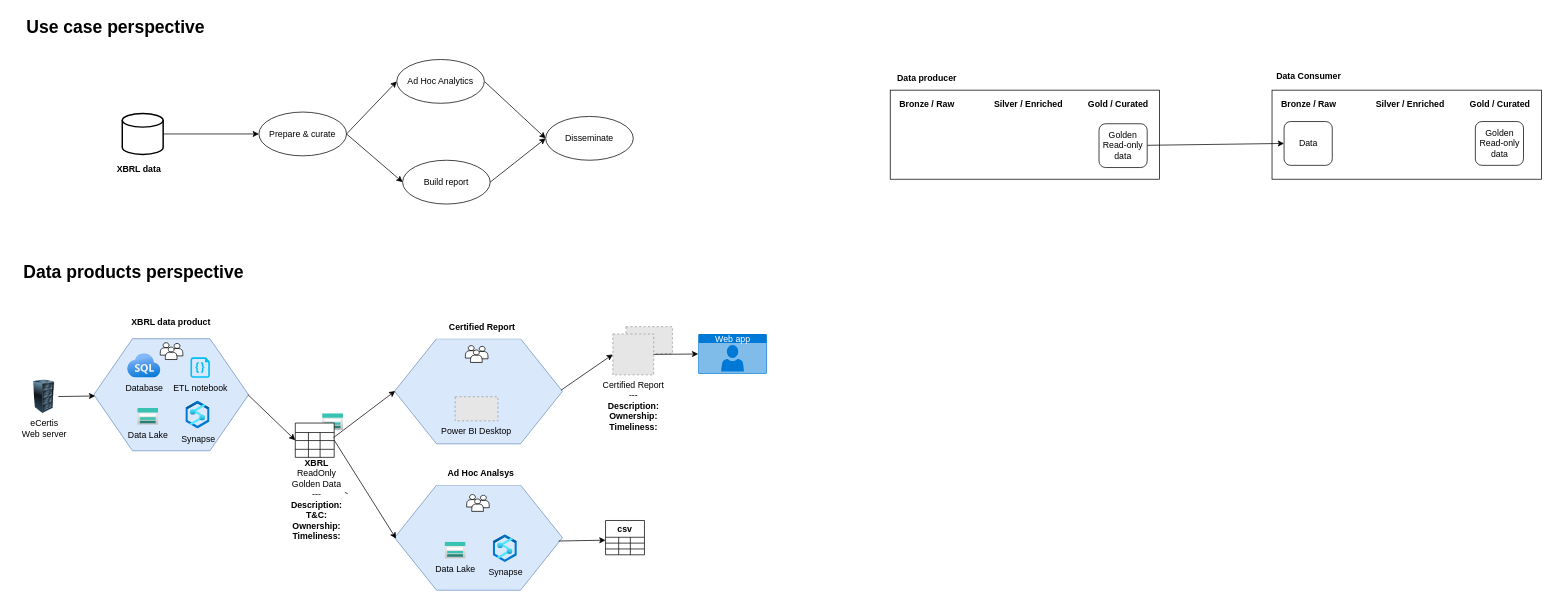
The draw.io diagram page "EBA" (3 of 4) of sandbox.drawio in ddjembi/azure-architectures, before the edit. Source tidied: cells renumbered, new cells numbered last; positions are measured from the earlier drawing's top-left corner, leaving out a move shared by most shapes. Both pictures are drawn from the tidied source at 73%, with x=0, y=0 at pixel (22, 12). Pictures stored in the file or linked from it are replaced by grey dashed boxes.
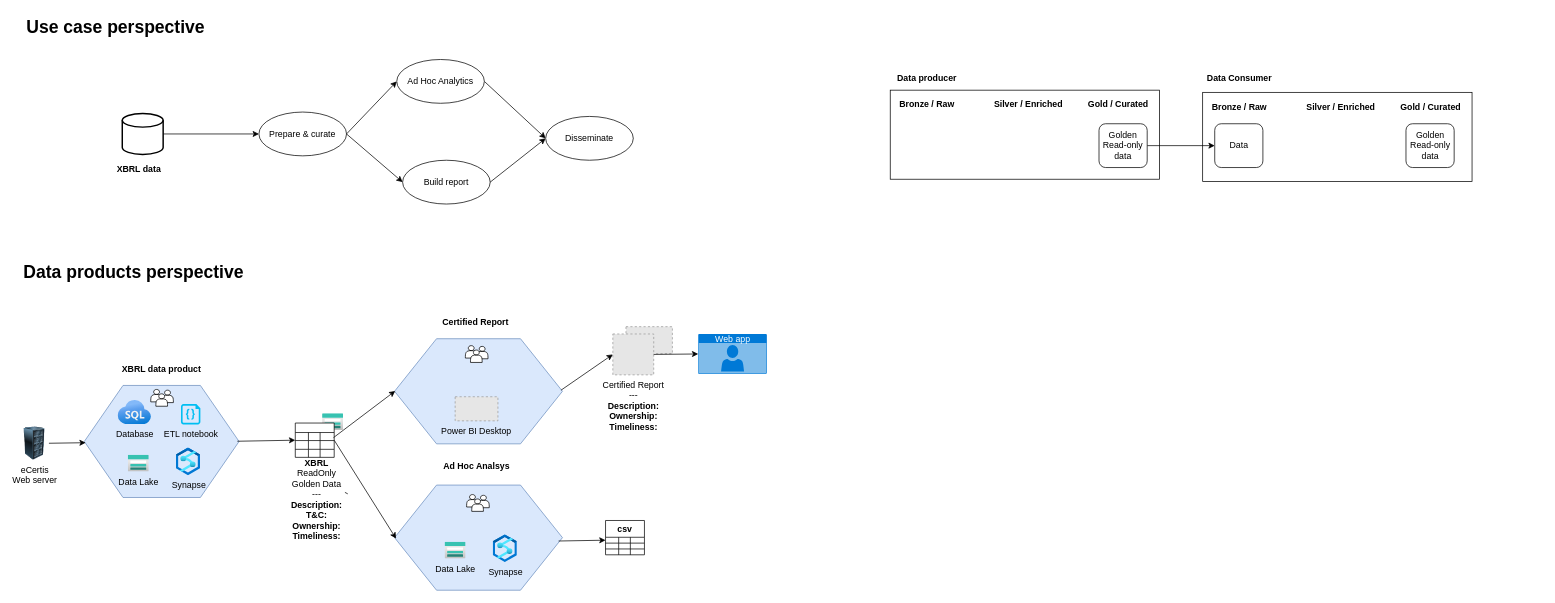
After the change.

The change refers to these unchanged cells:
```xml
<mxCell id="14" style="shape=table;startSize=13;childLayout=tableLayout;fontStyle=1;align=center;" parent="1" vertex="1">
  <mxGeometry x="374" y="562" width="53.3" height="47" as="geometry" />
</mxCell>
```

The edit, as a diff of the source:
```diff
@@
     <mxCell id="2" style="rounded=0;whiteSpace=wrap;html=1;" parent="1" vertex="1">
-      <mxGeometry x="1712" y="106" width="369" height="122" as="geometry" />
+      <mxGeometry x="1617" y="109" width="369" height="122" as="geometry" />
     </mxCell>
@@
     <mxCell id="7" style="verticalLabelPosition=bottom;verticalAlign=top;html=1;shape=mxgraph.basic.polygon;polyCoords=[[0.25,0],[0.75,0],[1,0.5],[1,0.5],[0.75,1],[0.25,1],[0,0.5],[0,0.5]];polyline=0;fillColor=#dae8fc;strokeColor=#6c8ebf;" parent="1" vertex="1">
-      <mxGeometry x="98" y="446.5" width="212" height="153.5" as="geometry" />
+      <mxGeometry x="85" y="510.5" width="212" height="153.5" as="geometry" />
     </mxCell>
     <mxCell id="8" value="eCertis&lt;br&gt;Web server" style="image;html=1;image=img/lib/clip_art/computers/Server_Rack_128x128.png;" parent="1" vertex="1">
-      <mxGeometry x="10" y="503" width="39.5" height="46" as="geometry" />
+      <mxGeometry x="-3" y="567" width="39.5" height="46" as="geometry" />
     </mxCell>
     <mxCell id="9" value="Synapse" style="html=1;align=center;image;fontSize=12;image=img/lib/azure2/analytics/Azure_Synapse_Analytics.svg;labelBackgroundColor=none;" parent="1" vertex="1">
-      <mxGeometry x="224" y="532" width="33" height="38" as="geometry" />
+      <mxGeometry x="211" y="596" width="33" height="38" as="geometry" />
     </mxCell>
     <mxCell id="10" value="Data Lake" style="html=1;align=center;image;fontSize=12;image=img/lib/azure2/storage/Storage_Accounts.svg;labelBackgroundColor=none;" parent="1" vertex="1">
-      <mxGeometry x="158" y="542" width="28.8" height="23" as="geometry" />
+      <mxGeometry x="145" y="606" width="28.8" height="23" as="geometry" />
     </mxCell>
     <mxCell id="11" value="Database" style="html=1;align=center;image;fontSize=12;image=img/lib/azure2/databases/Azure_SQL.svg;labelBackgroundColor=none;" parent="1" vertex="1">
-      <mxGeometry x="144" y="467" width="45.9" height="33" as="geometry" />
+      <mxGeometry x="131" y="531" width="45.9" height="33" as="geometry" />
     </mxCell>
     <mxCell id="12" value="ETL notebook" style="verticalLabelPosition=bottom;html=1;verticalAlign=top;align=center;strokeColor=none;fillColor=#00BEF2;shape=mxgraph.azure.code_file;" parent="1" vertex="1">
-      <mxGeometry x="230.4" y="472" width="26.6" height="28" as="geometry" />
+      <mxGeometry x="217.4" y="536" width="26.6" height="28" as="geometry" />
     </mxCell>
@@
     <mxCell id="39" value="XBRL data product" style="rounded=0;whiteSpace=wrap;html=1;strokeColor=none;fontStyle=1;" parent="1" vertex="1">
-      <mxGeometry x="144" y="408" width="120" height="32" as="geometry" />
+      <mxGeometry x="131" y="472" width="120" height="32" as="geometry" />
     </mxCell>
     <mxCell id="40" value="&amp;nbsp;Certified Report" style="rounded=0;whiteSpace=wrap;html=1;strokeColor=none;fontStyle=1;" parent="1" vertex="1">
-      <mxGeometry x="553" y="414.5" width="151" height="32" as="geometry" />
+      <mxGeometry x="544" y="408" width="151" height="32" as="geometry" />
     </mxCell>
@@
-    <mxCell id="42" style="endArrow=classic;html=1;rounded=0;entryX=0;entryY=0.5;entryDx=0;entryDy=0;" parent="1" edge="1" target="14">
-      <mxGeometry relative="1" as="geometry">
-        <mxPoint x="309" y="523" as="sourcePoint" />
-      </mxGeometry>
+    <mxCell id="42" style="endArrow=classic;html=1;rounded=0;entryX=0;entryY=0.5;entryDx=0;entryDy=0;exitX=0.989;exitY=0.498;exitDx=0;exitDy=0;exitPerimeter=0;" parent="1" edge="1" source="7" target="14">
+      <mxGeometry relative="1" as="geometry" />
     </mxCell>
@@
     <mxCell id="53" value="Ad Hoc Analsys" style="rounded=0;whiteSpace=wrap;html=1;strokeColor=none;fontStyle=1;" parent="1" vertex="1">
-      <mxGeometry x="553" y="615" width="151" height="32" as="geometry" />
+      <mxGeometry x="546.8" y="606" width="151" height="32" as="geometry" />
     </mxCell>
@@
     <mxCell id="81" style="group;" parent="1" vertex="1">
-      <mxGeometry x="188" y="452" width="32" height="23" as="geometry" />
+      <mxGeometry x="175" y="516" width="32" height="23" as="geometry" />
     </mxCell>
@@
     <mxCell id="86" value="Data" style="rounded=1;whiteSpace=wrap;html=1;" parent="1" vertex="1">
-      <mxGeometry x="1728.5" y="149" width="66" height="60" as="geometry" />
+      <mxGeometry x="1633.5" y="152" width="66" height="60" as="geometry" />
     </mxCell>
@@
     <mxCell id="88" value="Data Consumer" style="text;html=1;align=center;verticalAlign=middle;strokeColor=none;fillColor=none;fontStyle=1;" parent="1" vertex="1">
-      <mxGeometry x="1712" y="78" width="99" height="18" as="geometry" />
+      <mxGeometry x="1617" y="81" width="99" height="18" as="geometry" />
     </mxCell>
@@
     <mxCell id="92" value="Golden Read-only data" style="rounded=1;whiteSpace=wrap;html=1;" parent="1" vertex="1">
-      <mxGeometry x="1990.5" y="149" width="66" height="60" as="geometry" />
+      <mxGeometry x="1895.5" y="152" width="66" height="60" as="geometry" />
     </mxCell>
     <mxCell id="93" value="Gold / Curated" style="text;html=1;align=center;verticalAlign=middle;strokeColor=none;fillColor=none;fontStyle=1;" parent="1" vertex="1">
-      <mxGeometry x="1977" y="117" width="93" height="18" as="geometry" />
+      <mxGeometry x="1882" y="120" width="93" height="18" as="geometry" />
     </mxCell>
     <mxCell id="94" value="Bronze / Raw" style="text;html=1;align=center;verticalAlign=middle;strokeColor=none;fillColor=none;fontStyle=1;" parent="1" vertex="1">
-      <mxGeometry x="1719" y="117" width="85" height="18" as="geometry" />
+      <mxGeometry x="1624" y="120" width="85" height="18" as="geometry" />
     </mxCell>
     <mxCell id="95" value="Silver / Enriched" style="text;html=1;align=center;verticalAlign=middle;strokeColor=none;fillColor=none;fontStyle=1;" parent="1" vertex="1">
-      <mxGeometry x="1849" y="117" width="104" height="18" as="geometry" />
+      <mxGeometry x="1754" y="120" width="104" height="18" as="geometry" />
     </mxCell>
```
